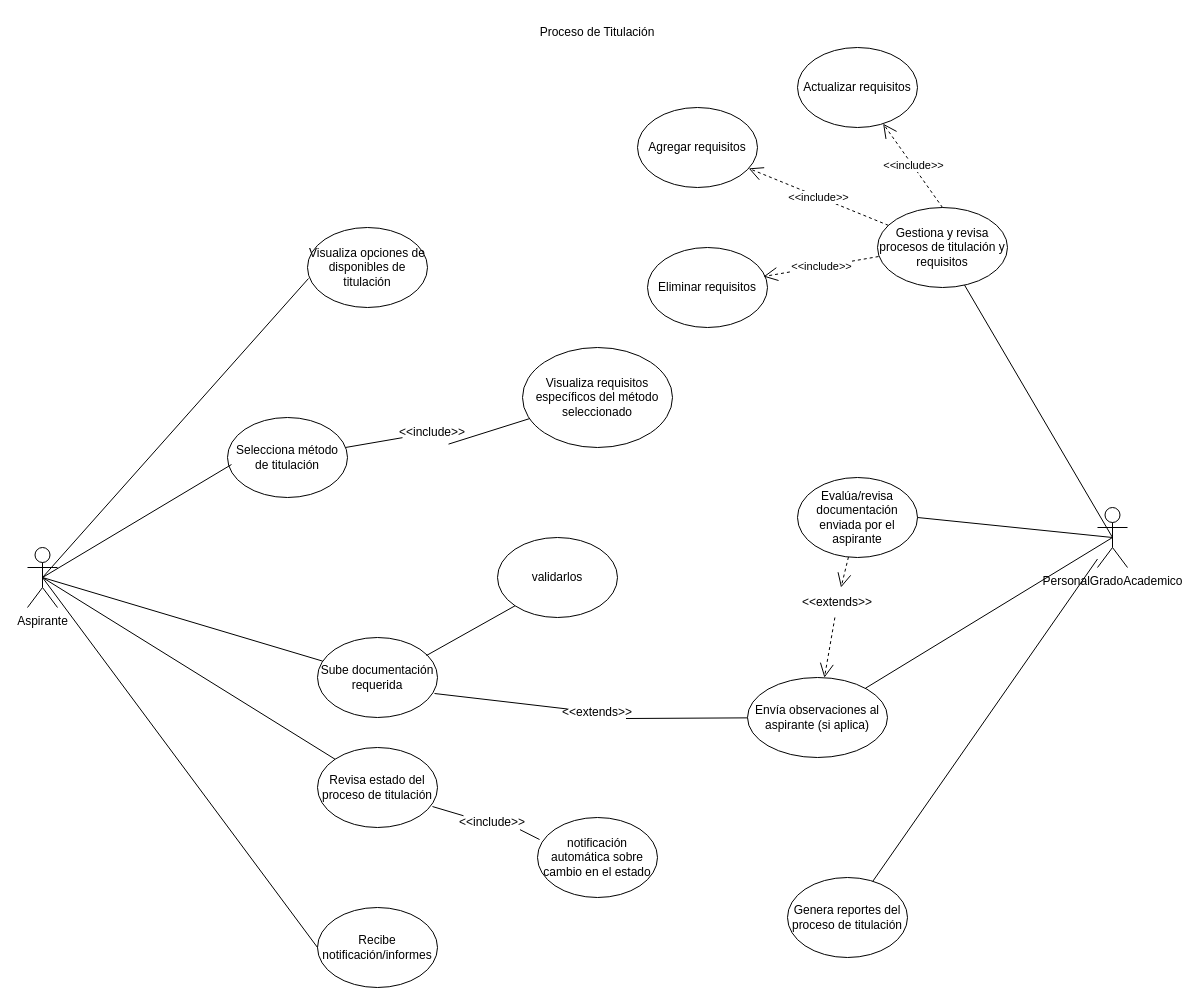
The draw.io diagram caso_uso_titulate.drawio in DrAtl30/potro_titulate, before the edit. Source tidied: cells renumbered, new cells numbered last; positions are measured from the earlier drawing's top-left corner, leaving out a move shared by most shapes. Both pictures are drawn from the tidied source at 100%, with x=0, y=0 at pixel (27, 17).
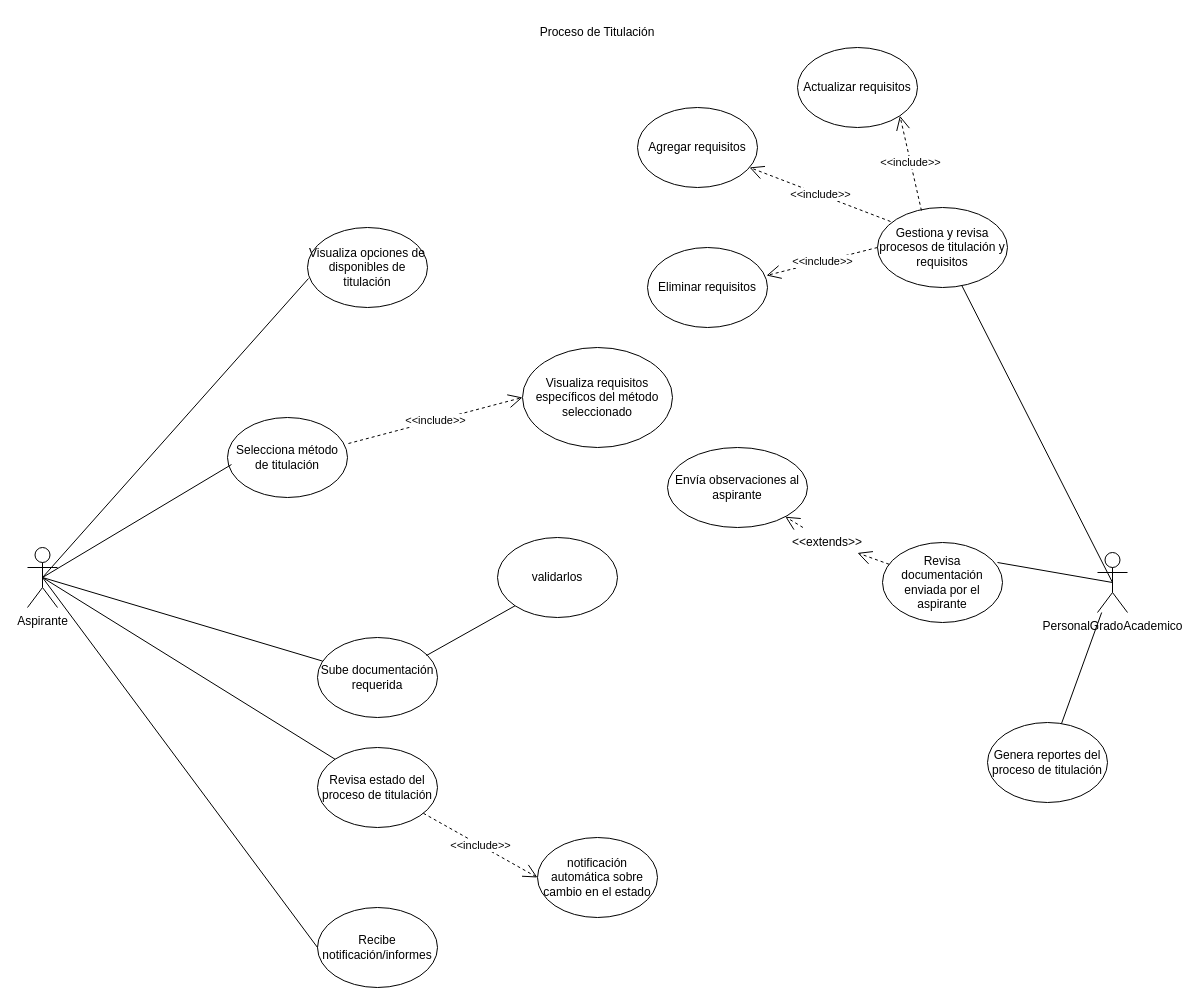
After the change.

The change refers to these unchanged cells:
```xml
<mxCell id="5" value="Sube documentación requerida" style="ellipse;whiteSpace=wrap;html=1;" parent="1" vertex="1">
  <mxGeometry x="290" y="620" width="120" height="80" as="geometry" />
</mxCell>
<mxCell id="7" value="Gestiona y revisa procesos de titulación y requisitos" style="ellipse;whiteSpace=wrap;html=1;" parent="1" vertex="1">
  <mxGeometry x="850" y="190" width="130" height="80" as="geometry" />
</mxCell>
<mxCell id="9" value="Selecciona método de titulación" style="ellipse;whiteSpace=wrap;html=1;" parent="1" vertex="1">
  <mxGeometry x="200" y="400" width="120" height="80" as="geometry" />
</mxCell>
<mxCell id="10" value="Visualiza requisitos específicos del método seleccionado" style="ellipse;whiteSpace=wrap;html=1;" parent="1" vertex="1">
  <mxGeometry x="495" y="330" width="150" height="100" as="geometry" />
</mxCell>
<mxCell id="11" value="Revisa estado del proceso de titulación" style="ellipse;whiteSpace=wrap;html=1;" parent="1" vertex="1">
  <mxGeometry x="290" y="730" width="120" height="80" as="geometry" />
</mxCell>
<mxCell id="39" value="Eliminar requisitos" style="ellipse;whiteSpace=wrap;html=1;" parent="1" vertex="1">
  <mxGeometry x="620" y="230" width="120" height="80" as="geometry" />
</mxCell>
<mxCell id="40" value="Agregar requisitos" style="ellipse;whiteSpace=wrap;html=1;" parent="1" vertex="1">
  <mxGeometry x="610" y="90" width="120" height="80" as="geometry" />
</mxCell>
<mxCell id="41" value="Actualizar requisitos" style="ellipse;whiteSpace=wrap;html=1;" parent="1" vertex="1">
  <mxGeometry x="770" y="30" width="120" height="80" as="geometry" />
</mxCell>
```

What changed in the source:
```diff
@@
     <mxCell id="3" value="PersonalGradoAcademico" style="shape=umlActor;verticalLabelPosition=bottom;verticalAlign=top;html=1;outlineConnect=0;" parent="1" vertex="1">
-      <mxGeometry x="1070" y="490" width="30" height="60" as="geometry" />
+      <mxGeometry x="1070" y="535" width="30" height="60" as="geometry" />
     </mxCell>
@@
-    <mxCell id="6" value="Evalúa/revisa documentación enviada por el aspirante" style="ellipse;whiteSpace=wrap;html=1;" parent="1" vertex="1">
-      <mxGeometry x="770" y="460" width="120" height="80" as="geometry" />
+    <mxCell id="6" value="Revisa documentación enviada por el aspirante" style="ellipse;whiteSpace=wrap;html=1;" parent="1" vertex="1">
+      <mxGeometry x="855" y="525" width="120" height="80" as="geometry" />
     </mxCell>
@@
-    <mxCell id="13" value="Envía observaciones al aspirante (si aplica)" style="ellipse;whiteSpace=wrap;html=1;" parent="1" vertex="1">
-      <mxGeometry x="720" y="660" width="140" height="80" as="geometry" />
+    <mxCell id="13" value="Envía observaciones al aspirante " style="ellipse;whiteSpace=wrap;html=1;" parent="1" vertex="1">
+      <mxGeometry x="640" y="430" width="140" height="80" as="geometry" />
     </mxCell>
     <mxCell id="14" value="Genera reportes del proceso de titulación" style="ellipse;whiteSpace=wrap;html=1;" parent="1" vertex="1">
-      <mxGeometry x="760" y="860" width="120" height="80" as="geometry" />
+      <mxGeometry x="960" y="705" width="120" height="80" as="geometry" />
     </mxCell>
@@
-    <mxCell id="20" style="endArrow=none;html=1;rounded=0;entryX=0.5;entryY=0.5;entryDx=0;entryDy=0;entryPerimeter=0;exitX=1;exitY=0.5;exitDx=0;exitDy=0;" parent="1" edge="1" source="6" target="3">
-      <mxGeometry relative="1" as="geometry" />
+    <mxCell id="20" style="endArrow=none;html=1;rounded=0;entryX=0.5;entryY=0.5;entryDx=0;entryDy=0;entryPerimeter=0;exitX=1;exitY=0.5;exitDx=0;exitDy=0;" parent="1" edge="1" target="3">
+      <mxGeometry relative="1" as="geometry">
+        <mxPoint x="970" y="545" as="sourcePoint" />
+      </mxGeometry>
     </mxCell>
-    <mxCell id="21" style="endArrow=none;html=1;rounded=0;entryX=0.5;entryY=0.5;entryDx=0;entryDy=0;entryPerimeter=0;" parent="1" edge="1" source="13" target="3">
-      <mxGeometry relative="1" as="geometry" />
-    </mxCell>
@@
-    <mxCell id="26" style="endArrow=none;html=1;rounded=0;" parent="1" edge="1" source="33" target="9">
-      <mxGeometry relative="1" as="geometry" />
-    </mxCell>
-    <mxCell id="27" style="endArrow=none;html=1;rounded=0;exitX=0.975;exitY=0.7;exitDx=0;exitDy=0;exitPerimeter=0;" parent="1" edge="1" source="29" target="13">
-      <mxGeometry relative="1" as="geometry" />
-    </mxCell>
-    <mxCell id="28" style="endArrow=none;html=1;rounded=0;exitX=0.975;exitY=0.7;exitDx=0;exitDy=0;exitPerimeter=0;" parent="1" edge="1" source="5" target="29">
-      <mxGeometry relative="1" as="geometry" />
-    </mxCell>
-    <mxCell id="29" value="&amp;lt;&amp;lt;extends&amp;gt;&amp;gt;" style="text;html=1;align=center;verticalAlign=middle;whiteSpace=wrap;rounded=0;" parent="1" vertex="1">
-      <mxGeometry x="540" y="680" width="60" height="30" as="geometry" />
-    </mxCell>
@@
     <mxCell id="31" value="&amp;lt;&amp;lt;extends&amp;gt;&amp;gt;" style="text;html=1;align=center;verticalAlign=middle;whiteSpace=wrap;rounded=0;" parent="1" vertex="1">
-      <mxGeometry x="780" y="570" width="60" height="30" as="geometry" />
+      <mxGeometry x="770" y="510" width="60" height="30" as="geometry" />
     </mxCell>
-    <mxCell id="32" style="endArrow=none;html=1;rounded=0;entryX=0.767;entryY=0.888;entryDx=0;entryDy=0;entryPerimeter=0;" parent="1" edge="1" source="10" target="33">
-      <mxGeometry relative="1" as="geometry" />
-    </mxCell>
-    <mxCell id="33" value="&amp;lt;&amp;lt;include&amp;gt;&amp;gt;" style="text;html=1;align=center;verticalAlign=middle;whiteSpace=wrap;rounded=0;" parent="1" vertex="1">
-      <mxGeometry x="375" y="400" width="60" height="30" as="geometry" />
-    </mxCell>
     <mxCell id="34" value="notificación automática sobre cambio en el estado " style="ellipse;whiteSpace=wrap;html=1;" parent="1" vertex="1">
-      <mxGeometry x="510" y="800" width="120" height="80" as="geometry" />
+      <mxGeometry x="510" y="820" width="120" height="80" as="geometry" />
     </mxCell>
-    <mxCell id="35" style="endArrow=none;html=1;rounded=0;entryX=0.017;entryY=0.275;entryDx=0;entryDy=0;entryPerimeter=0;exitX=0.958;exitY=0.738;exitDx=0;exitDy=0;exitPerimeter=0;" parent="1" edge="1" source="37" target="34">
-      <mxGeometry relative="1" as="geometry" />
-    </mxCell>
-    <mxCell id="36" style="endArrow=none;html=1;rounded=0;entryX=0.017;entryY=0.275;entryDx=0;entryDy=0;entryPerimeter=0;exitX=0.958;exitY=0.738;exitDx=0;exitDy=0;exitPerimeter=0;" parent="1" edge="1" source="11" target="37">
-      <mxGeometry relative="1" as="geometry" />
-    </mxCell>
-    <mxCell id="37" value="&amp;lt;&amp;lt;include&amp;gt;&amp;gt;" style="text;html=1;align=center;verticalAlign=middle;whiteSpace=wrap;rounded=0;" parent="1" vertex="1">
-      <mxGeometry x="435" y="790" width="60" height="30" as="geometry" />
-    </mxCell>
@@
+    <mxCell id="44" value="&amp;lt;&amp;lt;include&amp;gt;&amp;gt;" style="endArrow=open;endSize=12;dashed=1;html=1;rounded=0;entryX=1;entryY=1;entryDx=0;entryDy=0;exitX=0.338;exitY=0.038;exitDx=0;exitDy=0;exitPerimeter=0;" parent="1" edge="1" source="7" target="41">
+      <mxGeometry relative="1" as="geometry" />
+    </mxCell>
+    <mxCell id="43" value="&amp;lt;&amp;lt;include&amp;gt;&amp;gt;" style="endArrow=open;endSize=12;dashed=1;html=1;rounded=0;exitX=0.1;exitY=0.175;exitDx=0;exitDy=0;exitPerimeter=0;" parent="1" edge="1" source="7" target="40">
+      <mxGeometry relative="1" as="geometry" />
+    </mxCell>
-    <mxCell id="42" value="&amp;lt;&amp;lt;include&amp;gt;&amp;gt;" style="endArrow=open;endSize=12;dashed=1;html=1;rounded=0;entryX=0.967;entryY=0.363;entryDx=0;entryDy=0;entryPerimeter=0;exitX=0.008;exitY=0.613;exitDx=0;exitDy=0;exitPerimeter=0;" parent="1" edge="1" source="7" target="39">
+    <mxCell id="42" value="&amp;lt;&amp;lt;include&amp;gt;&amp;gt;" style="endArrow=open;endSize=12;dashed=1;html=1;rounded=0;exitX=0;exitY=0.5;exitDx=0;exitDy=0;entryX=0.992;entryY=0.35;entryDx=0;entryDy=0;entryPerimeter=0;" parent="1" edge="1" source="7" target="39">
       <mxGeometry relative="1" as="geometry" />
     </mxCell>
-    <mxCell id="43" value="&amp;lt;&amp;lt;include&amp;gt;&amp;gt;" style="endArrow=open;endSize=12;dashed=1;html=1;rounded=0;" parent="1" edge="1" source="7" target="40">
-      <mxGeometry relative="1" as="geometry" />
-    </mxCell>
-    <mxCell id="44" value="&amp;lt;&amp;lt;include&amp;gt;&amp;gt;" style="endArrow=open;endSize=12;dashed=1;html=1;rounded=0;exitX=0.5;exitY=0;exitDx=0;exitDy=0;" parent="1" edge="1" source="7" target="41">
-      <mxGeometry relative="1" as="geometry" />
-    </mxCell>
+    <mxCell id="45" value="&amp;lt;&amp;lt;include&amp;gt;&amp;gt;" style="endArrow=open;endSize=12;dashed=1;html=1;rounded=0;exitX=1.008;exitY=0.325;exitDx=0;exitDy=0;exitPerimeter=0;entryX=0;entryY=0.5;entryDx=0;entryDy=0;" parent="1" edge="1" source="9" target="10">
+      <mxGeometry relative="1" as="geometry" />
+    </mxCell>
+    <mxCell id="46" value="&amp;lt;&amp;lt;include&amp;gt;&amp;gt;" style="endArrow=open;endSize=12;dashed=1;html=1;rounded=0;entryX=0;entryY=0.5;entryDx=0;entryDy=0;" parent="1" edge="1" source="11" target="34">
+      <mxGeometry relative="1" as="geometry" />
+    </mxCell>
```
